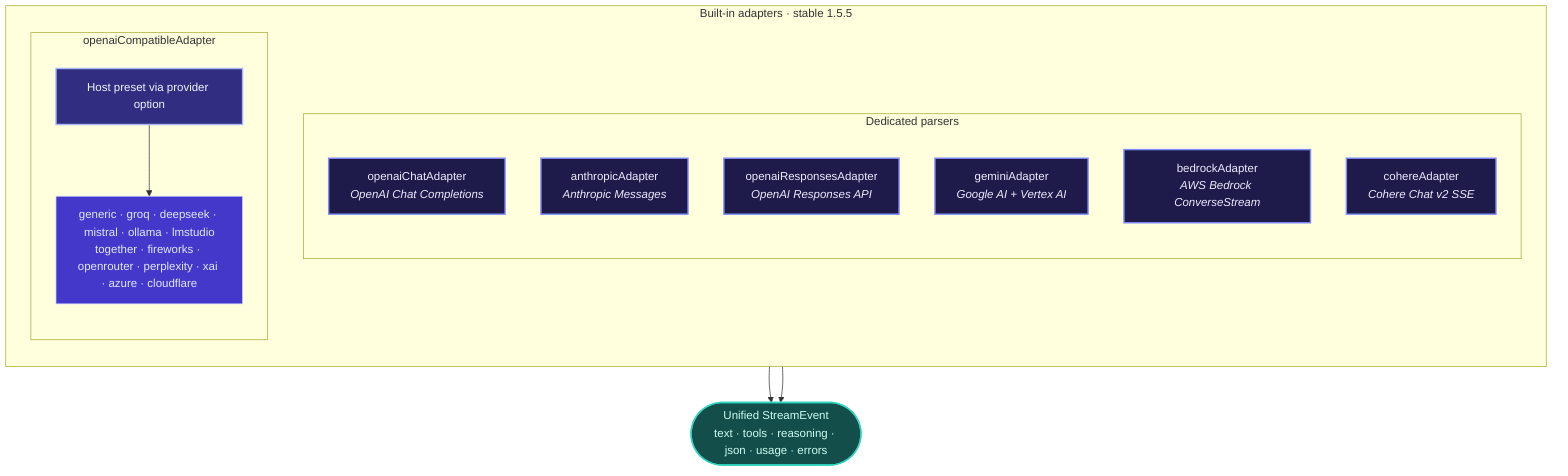
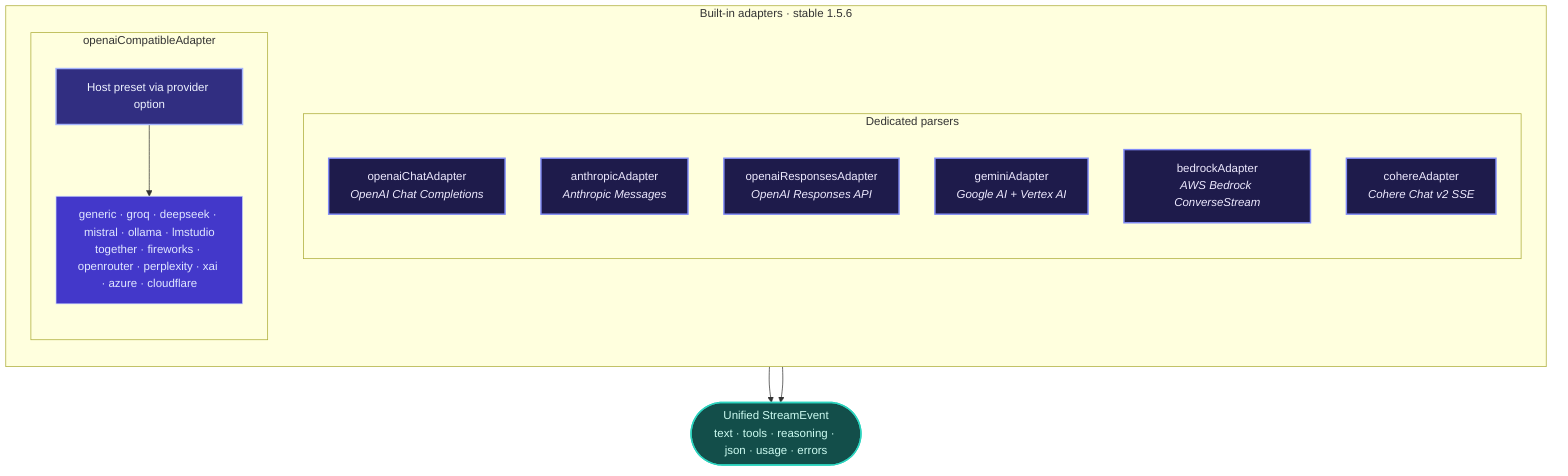
flowchart TB
- 	subgraph BUILTIN["Built-in adapters · stable 1.5.5"]
+ 	subgraph BUILTIN["Built-in adapters · stable 1.5.6"]
		direction TB

		subgraph DEDICATED["Dedicated parsers"]
			direction TB
			AC["openaiChatAdapter<br/><i>OpenAI Chat Completions</i>"]
			AA["anthropicAdapter<br/><i>Anthropic Messages</i>"]
			AR["openaiResponsesAdapter<br/><i>OpenAI Responses API</i>"]
			AG["geminiAdapter<br/><i>Google AI + Vertex AI</i>"]
			AB["bedrockAdapter<br/><i>AWS Bedrock ConverseStream</i>"]
			ACO["cohereAdapter<br/><i>Cohere Chat v2 SSE</i>"]
		end

		subgraph COMPAT["openaiCompatibleAdapter"]
			direction TB
			AO["Host preset via provider option"]
			PRESETS["generic · groq · deepseek · mistral · ollama · lmstudio<br/>together · fireworks · openrouter · perplexity · xai · azure · cloudflare"]
			AO --> PRESETS
		end
	end

	UNIFIED(["Unified StreamEvent<br/>text · tools · reasoning · json · usage · errors"])

	DEDICATED --> UNIFIED
	COMPAT --> UNIFIED

	classDef dedicated fill:#1e1b4b,stroke:#818cf8,stroke-width:2px,color:#ede9fe
	classDef compat fill:#312e81,stroke:#a5b4fc,stroke-width:2px,color:#eef2ff
	classDef presets fill:#4338ca,stroke:#c7d2fe,stroke-width:1px,color:#e0e7ff
	classDef out fill:#134e4a,stroke:#2dd4bf,stroke-width:2px,color:#ccfbf1

	class AC,AA,AR,AG,AB,ACO dedicated
	class AO compat
	class PRESETS presets
	class UNIFIED out
